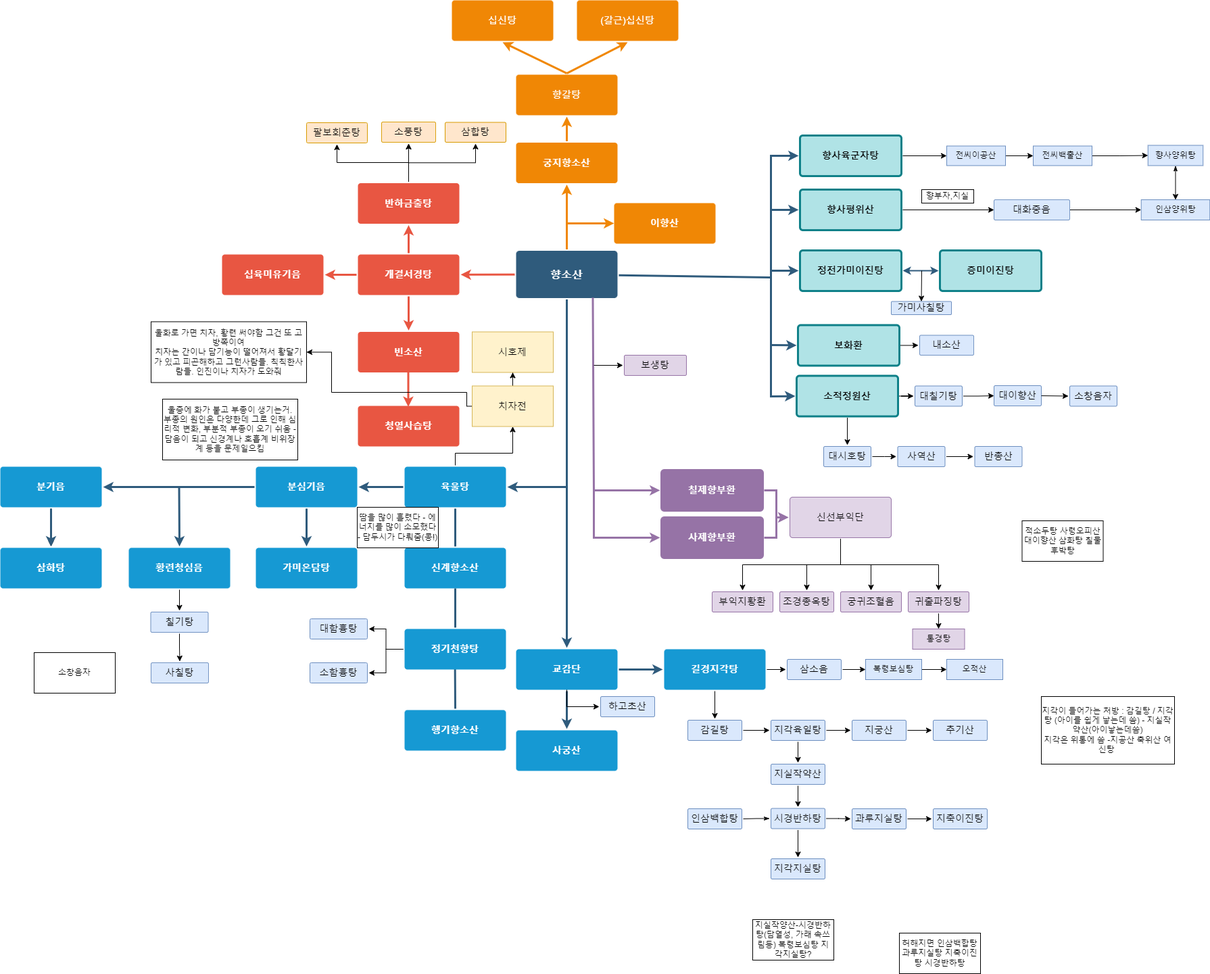
Earlier version of the draw.io export 향소산플로우차트.drawio.png (Jinzin71/sparta). Source tidied: cells renumbered, new cells last; positions are measured from the earlier drawing's top-left corner, leaving out a move shared by most shapes.
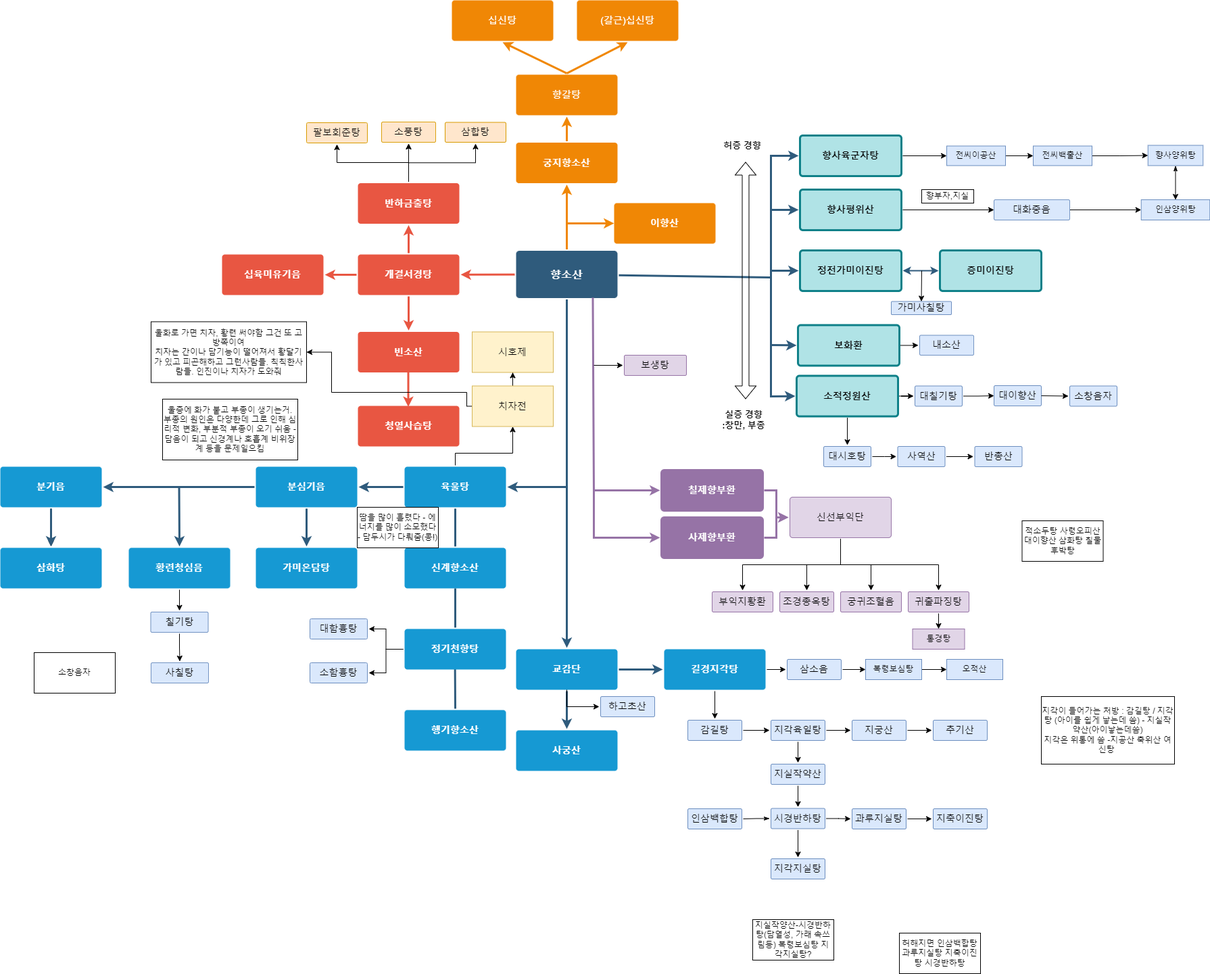
After the change.

Commit message:
향소산플로우차트.drawio.png 업데이트

The edit, as a diff of the source:
```diff
@@ -593,5 +593,17 @@
     <mxCell id="163" value="사칠탕" style="rounded=1;whiteSpace=wrap;html=1;shadow=0;labelBackgroundColor=none;strokeColor=#6c8ebf;strokeWidth=1;fillColor=#dae8fc;fontFamily=Helvetica;fontSize=14;align=center;spacing=5;fontStyle=0;arcSize=7;perimeterSpacing=2;" parent="1" vertex="1">
       <mxGeometry x="223" y="980" width="85" height="30" as="geometry" />
     </mxCell>
+    <mxCell id="164" style="shape=flexArrow;endArrow=classic;startArrow=classic;html=1;rounded=0;" parent="1" edge="1">
+      <mxGeometry relative="1" as="geometry">
+        <mxPoint x="1102.5" y="590" as="sourcePoint" />
+        <mxPoint x="1102.5" y="239" as="targetPoint" />
+      </mxGeometry>
+    </mxCell>
+    <mxCell id="165" value="허증 경향" style="text;html=1;strokeColor=none;fillColor=none;align=center;verticalAlign=middle;whiteSpace=wrap;rounded=0;fontStyle=1;fontSize=13;" parent="1" vertex="1">
+      <mxGeometry x="1068" y="200" width="60" height="30" as="geometry" />
+    </mxCell>
+    <mxCell id="166" value="실증 경향&lt;br&gt;:창만, 부종" style="text;html=1;strokeColor=none;fillColor=none;align=center;verticalAlign=middle;whiteSpace=wrap;rounded=0;fontStyle=1;fontSize=13;" parent="1" vertex="1">
+      <mxGeometry x="1060" y="600" width="80" height="41" as="geometry" />
+    </mxCell>
   </root>
 </mxGraphModel>
```
